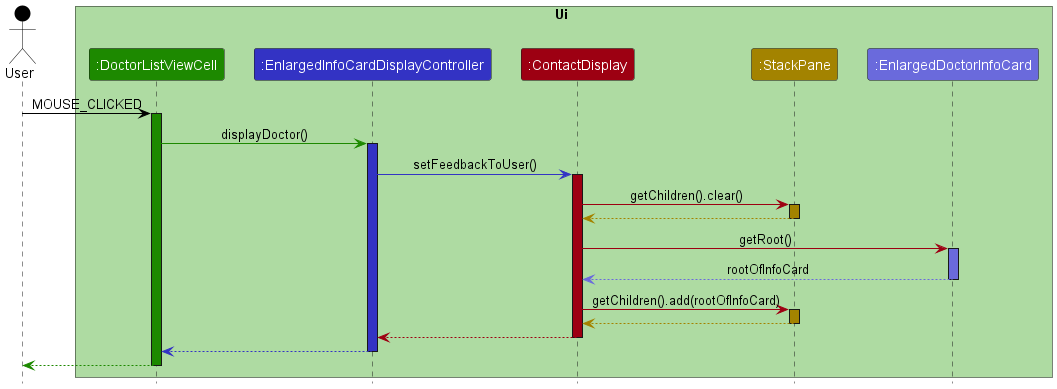
This is docs/images/UserClickDoctorCardSequenceDiagram.png from nus-cs2103-AY2223S2/tp, a PlantUML export, as it was before one commit.
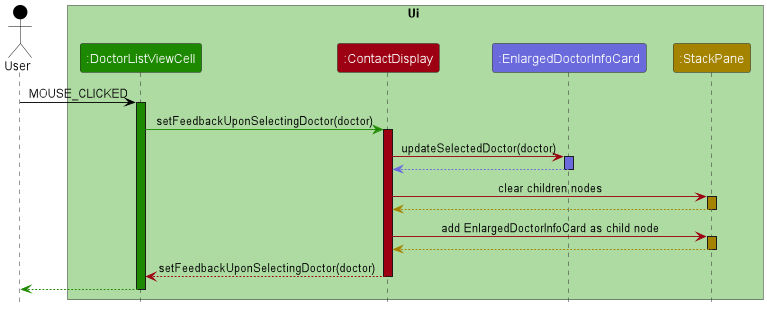
The same file after the commit.

The edit, as a diff of the source:
```diff
@@ -4,44 +4,37 @@
 Actor User as user USER_COLOR
 box Ui UI_COLOR_T0
 Participant ":DoctorListViewCell" as doctorListViewCell UI_COLOR
-Participant ":EnlargedInfoCardDisplayController" as enlargedInfoCardDisplayController LOGIC_COLOR
 Participant ":ContactDisplay" as contactDisplay MODEL_COLOR
+Participant ":EnlargedDoctorInfoCard" as enlargedDoctorInfoCard LOGIC_COLOR_T2
 Participant ":StackPane" as enlargedPersonInfoCardPlaceholder STORAGE_COLOR
-Participant ":EnlargedDoctorInfoCard" as enlargedDoctorInfoCard LOGIC_COLOR_T2
 end box
 
 user -[USER_COLOR]> doctorListViewCell : MOUSE_CLICKED
 activate doctorListViewCell UI_COLOR
 
-doctorListViewCell -[UI_COLOR]> enlargedInfoCardDisplayController : displayDoctor()
-activate enlargedInfoCardDisplayController LOGIC_COLOR
-
-enlargedInfoCardDisplayController -[LOGIC_COLOR]> contactDisplay : setFeedbackToUser()
+doctorListViewCell -[UI_COLOR]> contactDisplay : setFeedbackUponSelectingDoctor(doctor)
 activate contactDisplay MODEL_COLOR
 
-contactDisplay -[MODEL_COLOR]> enlargedPersonInfoCardPlaceholder : getChildren().clear()
+contactDisplay -[MODEL_COLOR]> enlargedDoctorInfoCard : updateSelectedDoctor(doctor)
+activate enlargedDoctorInfoCard LOGIC_COLOR_T2
+
+enlargedDoctorInfoCard --[LOGIC_COLOR_T2]> contactDisplay
+deactivate enlargedDoctorInfoCard LOGIC_COLOR_T2
+
+contactDisplay -[MODEL_COLOR]> enlargedPersonInfoCardPlaceholder : clear children nodes
 activate enlargedPersonInfoCardPlaceholder STORAGE_COLOR
 
 enlargedPersonInfoCardPlaceholder --[STORAGE_COLOR]> contactDisplay
 deactivate enlargedPersonInfoCardPlaceholder STORAGE_COLOR
 
-contactDisplay -[MODEL_COLOR]> enlargedDoctorInfoCard : getRoot()
-activate enlargedDoctorInfoCard LOGIC_COLOR_T2
-
-enlargedDoctorInfoCard --[LOGIC_COLOR_T2]> contactDisplay : rootOfInfoCard
-deactivate enlargedDoctorInfoCard LOGIC_COLOR_T2
-
-contactDisplay -[MODEL_COLOR]> enlargedPersonInfoCardPlaceholder : getChildren().add(rootOfInfoCard)
+contactDisplay -[MODEL_COLOR]> enlargedPersonInfoCardPlaceholder : add EnlargedDoctorInfoCard as child node
 activate enlargedPersonInfoCardPlaceholder STORAGE_COLOR
 
 enlargedPersonInfoCardPlaceholder --[STORAGE_COLOR]> contactDisplay
 deactivate enlargedPersonInfoCardPlaceholder STORAGE_COLOR
 
-contactDisplay -[MODEL_COLOR]-> enlargedInfoCardDisplayController
-deactivate contactDisplay
-
-enlargedInfoCardDisplayController --[LOGIC_COLOR]> doctorListViewCell
-deactivate enlargedInfoCardDisplayController
+contactDisplay --[MODEL_COLOR]> doctorListViewCell : setFeedbackUponSelectingDoctor(doctor)
+deactivate contactDisplay MODEL_COLOR
 
 doctorListViewCell--[UI_COLOR]> user
 deactivate doctorListViewCell
```
